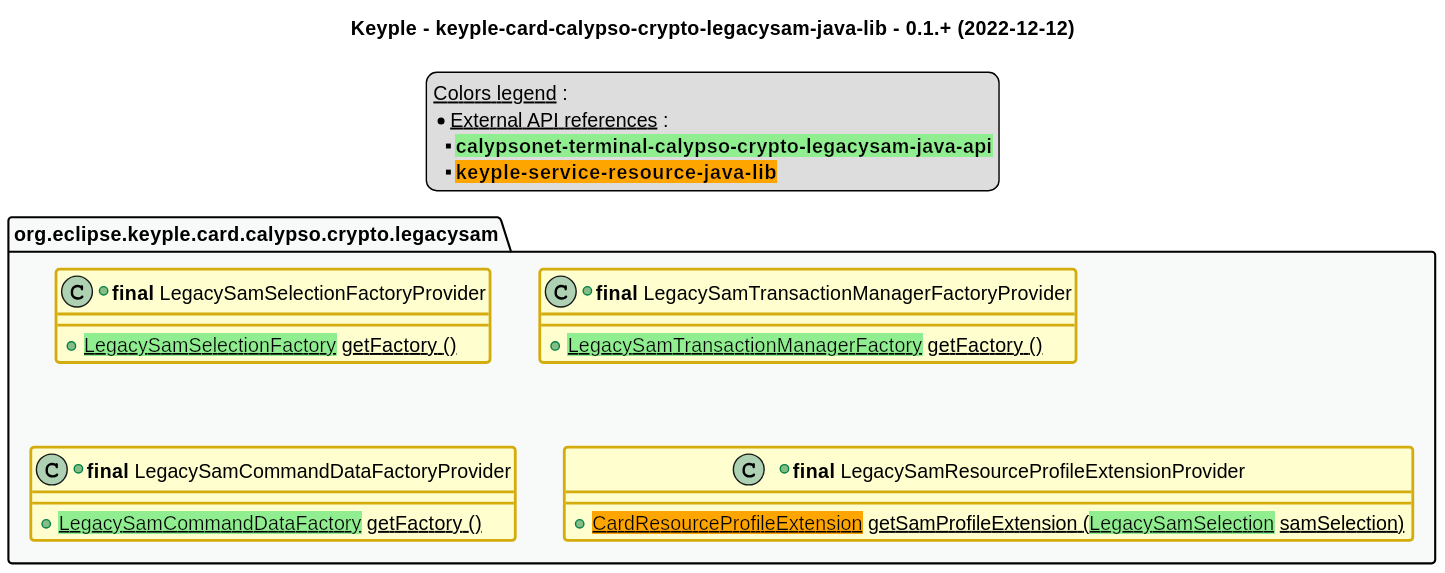
Earlier version of the PlantUML export src/main/uml/api_class_diagram.svg (eclipse-keyple/keyple-card-calypso-crypto-legacysam-java-lib).
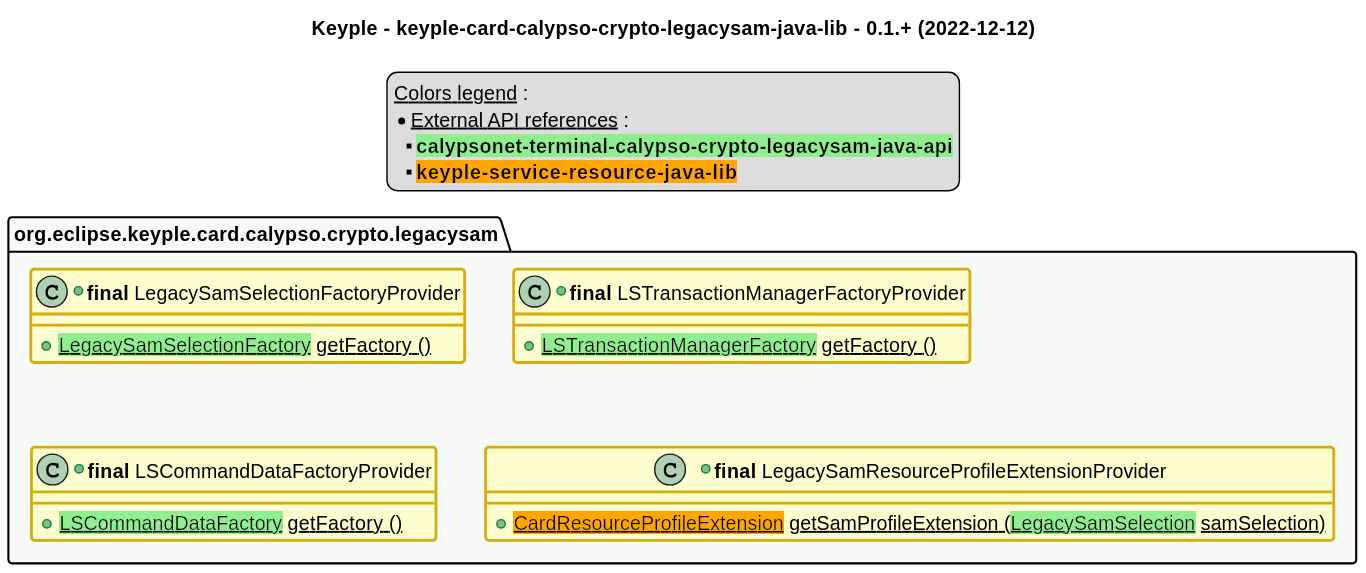
After the commit.

What changed in the source:
```diff
@@ -51,11 +51,11 @@
     +class "**final** LegacySamSelectionFactoryProvider" as LegacySamSelectionFactoryProvider {
         +{static} <back:lightgreen>LegacySamSelectionFactory</back> getFactory ()
     }
-    +class "**final** LegacySamTransactionManagerFactoryProvider" as LegacySamTransactionManagerFactoryProvider {
-        +{static} <back:lightgreen>LegacySamTransactionManagerFactory</back> getFactory ()
+    +class "**final** LSTransactionManagerFactoryProvider" as LSTransactionManagerFactoryProvider {
+        +{static} <back:lightgreen>LSTransactionManagerFactory</back> getFactory ()
     }
-    +class "**final** LegacySamCommandDataFactoryProvider" as LegacySamCommandDataFactoryProvider {
-        +{static} <back:lightgreen>LegacySamCommandDataFactory</back> getFactory ()
+    +class "**final** LSCommandDataFactoryProvider" as LSCommandDataFactoryProvider {
+        +{static} <back:lightgreen>LSCommandDataFactory</back> getFactory ()
     }
     +class "**final** LegacySamResourceProfileExtensionProvider" as LegacySamResourceProfileExtensionProvider {
         +{static} <back:orange>CardResourceProfileExtension</back> getSamProfileExtension (<back:lightgreen>LegacySamSelection</back> samSelection)
```
